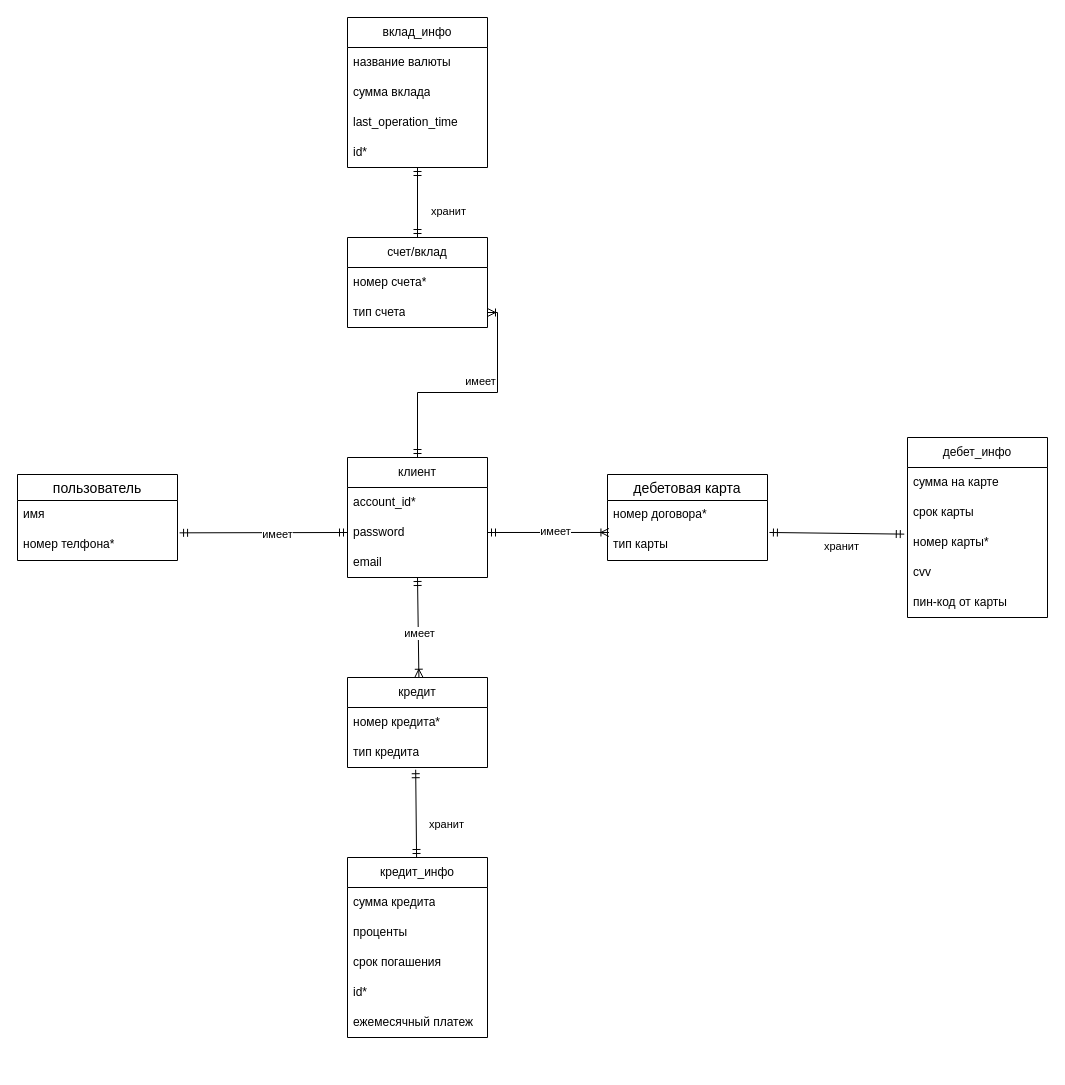
Before: Диаграмма без названия.drawio in heruv/differnt, a draw.io diagram. Source tidied: cells renumbered, new cells numbered last; positions are measured from the earlier drawing's top-left corner, leaving out a move shared by most shapes. Both pictures are drawn from the tidied source at 100%, with x=0, y=0 at pixel (17, 17).
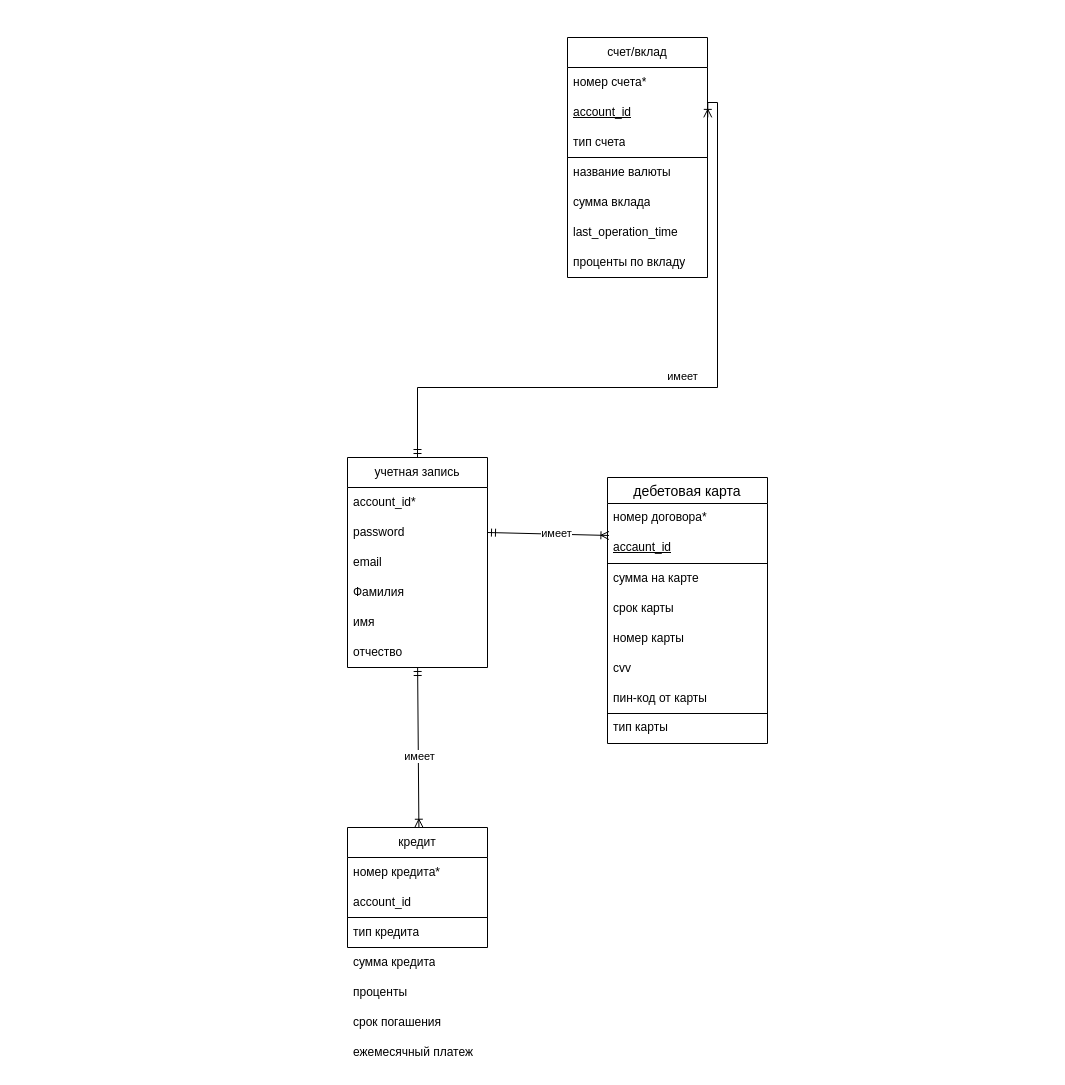
The same diagram, later.

Commit message:
fix: delited excess entities

Unchanged cells that the change refers to:
```xml
<mxCell id="4" value="password" style="text;strokeColor=none;fillColor=none;align=left;verticalAlign=middle;spacingLeft=4;spacingRight=4;overflow=hidden;points=[[0,0.5],[1,0.5]];portConstraint=eastwest;whiteSpace=wrap;html=1;" parent="2" vertex="1">
  <mxGeometry y="60" width="140" height="30" as="geometry" />
</mxCell>
<mxCell id="37" value="номер договора*" style="text;strokeColor=none;fillColor=none;spacingLeft=4;spacingRight=4;overflow=hidden;points=[[0,0.5],[1,0.5]];portConstraint=eastwest;fontSize=12;whiteSpace=wrap;html=1;" parent="36" vertex="1">
  <mxGeometry y="26" width="160" height="30" as="geometry" />
</mxCell>
```

What changed in the source:
```diff
@@
-    <mxCell id="2" value="клиент" style="swimlane;fontStyle=0;horizontal=1;startSize=30;whiteSpace=wrap;html=1;" parent="1" vertex="1">
-      <mxGeometry x="330" y="440" width="140" height="120" as="geometry" />
+    <mxCell id="2" value="учетная запись" style="swimlane;fontStyle=0;horizontal=1;startSize=30;whiteSpace=wrap;html=1;" parent="1" vertex="1">
+      <mxGeometry x="330" y="440" width="140" height="210" as="geometry" />
     </mxCell>
@@
+    <mxCell id="49" value="Фамилия" style="text;strokeColor=none;fillColor=none;align=left;verticalAlign=middle;spacingLeft=4;spacingRight=4;overflow=hidden;whiteSpace=wrap;html=1;" parent="2" vertex="1">
+      <mxGeometry y="120" width="140" height="30" as="geometry" />
+    </mxCell>
+    <mxCell id="17" value="имя" style="text;strokeColor=none;fillColor=none;align=left;verticalAlign=middle;spacingLeft=4;spacingRight=4;overflow=hidden;whiteSpace=wrap;html=1;" parent="2" vertex="1">
+      <mxGeometry y="150" width="140" height="30" as="geometry" />
+    </mxCell>
+    <mxCell id="50" value="отчество" style="text;strokeColor=none;fillColor=none;align=left;verticalAlign=middle;spacingLeft=4;spacingRight=4;overflow=hidden;points=[[0,0.5],[1,0.5]];portConstraint=eastwest;whiteSpace=wrap;html=1;" parent="2" vertex="1">
+      <mxGeometry y="180" width="140" height="30" as="geometry" />
+    </mxCell>
     <mxCell id="6" value="счет/вклад" style="swimlane;fontStyle=0;horizontal=1;startSize=30;whiteSpace=wrap;html=1;" parent="1" vertex="1">
-      <mxGeometry x="330" y="220" width="140" height="90" as="geometry" />
+      <mxGeometry x="550" y="20" width="140" height="120" as="geometry" />
     </mxCell>
@@
-    <mxCell id="8" value="тип счета" style="text;strokeColor=none;fillColor=none;align=left;verticalAlign=middle;spacingLeft=4;spacingRight=4;overflow=hidden;points=[[0,0.5],[1,0.5]];portConstraint=eastwest;whiteSpace=wrap;html=1;" parent="6" vertex="1">
+    <mxCell id="8" value="&lt;u&gt;account_id&lt;/u&gt;" style="text;strokeColor=none;fillColor=none;align=left;verticalAlign=middle;spacingLeft=4;spacingRight=4;overflow=hidden;points=[[0,0.5],[1,0.5]];portConstraint=eastwest;whiteSpace=wrap;html=1;" parent="6" vertex="1">
       <mxGeometry y="60" width="140" height="30" as="geometry" />
     </mxCell>
+    <mxCell id="51" value="тип счета" style="text;strokeColor=none;fillColor=none;align=left;verticalAlign=middle;spacingLeft=4;spacingRight=4;overflow=hidden;whiteSpace=wrap;html=1;" parent="6" vertex="1">
+      <mxGeometry y="90" width="140" height="30" as="geometry" />
+    </mxCell>
-    <mxCell id="9" style="edgeStyle=orthogonalEdgeStyle;fontSize=12;html=1;endArrow=ERoneToMany;startArrow=ERmandOne;rounded=0;exitX=0.5;exitY=0;exitDx=0;exitDy=0;entryX=1;entryY=0.5;entryDx=0;entryDy=0;" parent="1" edge="1" source="2" target="8">
-      <mxGeometry relative="1" as="geometry" />
+    <mxCell id="9" style="edgeStyle=orthogonalEdgeStyle;fontSize=12;html=1;endArrow=ERoneToMany;startArrow=ERmandOne;rounded=0;exitX=0.5;exitY=0;exitDx=0;exitDy=0;entryX=1.002;entryY=0.663;entryDx=0;entryDy=0;entryPerimeter=0;" parent="1" edge="1" source="2" target="8">
+      <mxGeometry relative="1" as="geometry">
+        <Array as="points">
+          <mxPoint x="400" y="370" />
+          <mxPoint x="700" y="370" />
+          <mxPoint x="700" y="85" />
+          <mxPoint x="690" y="85" />
+        </Array>
+      </mxGeometry>
     </mxCell>
@@
-    <mxCell id="11" value="вклад_инфо" style="swimlane;fontStyle=0;horizontal=1;startSize=30;whiteSpace=wrap;html=1;" parent="1" vertex="1">
-      <mxGeometry x="330" width="140" height="150" as="geometry" />
+    <mxCell id="11" style="swimlane;fontStyle=0;horizontal=1;startSize=0;whiteSpace=wrap;html=1;" parent="1" vertex="1">
+      <mxGeometry x="550" y="140" width="140" height="120" as="geometry" />
     </mxCell>
     <mxCell id="12" value="название валюты" style="text;strokeColor=none;fillColor=none;align=left;verticalAlign=middle;spacingLeft=4;spacingRight=4;overflow=hidden;whiteSpace=wrap;html=1;" parent="11" vertex="1">
-      <mxGeometry y="30" width="140" height="30" as="geometry" />
+      <mxGeometry width="140" height="30" as="geometry" />
     </mxCell>
     <mxCell id="13" value="сумма вклада" style="text;strokeColor=none;fillColor=none;align=left;verticalAlign=middle;spacingLeft=4;spacingRight=4;overflow=hidden;whiteSpace=wrap;html=1;" parent="11" vertex="1">
-      <mxGeometry y="60" width="140" height="30" as="geometry" />
+      <mxGeometry y="30" width="140" height="30" as="geometry" />
     </mxCell>
     <mxCell id="14" value="last_operation_time" style="text;strokeColor=none;fillColor=none;align=left;verticalAlign=middle;spacingLeft=4;spacingRight=4;overflow=hidden;whiteSpace=wrap;html=1;" parent="11" vertex="1">
-      <mxGeometry y="90" width="140" height="30" as="geometry" />
+      <mxGeometry y="60" width="140" height="30" as="geometry" />
     </mxCell>
-    <mxCell id="15" value="id*" style="text;strokeColor=none;fillColor=none;align=left;verticalAlign=middle;spacingLeft=4;spacingRight=4;overflow=hidden;whiteSpace=wrap;html=1;" parent="11" vertex="1">
-      <mxGeometry y="120" width="140" height="30" as="geometry" />
-    </mxCell>
-    <mxCell id="16" value="пользователь" style="swimlane;fontStyle=0;horizontal=1;startSize=26;align=center;fontSize=14;" parent="1" vertex="1">
-      <mxGeometry y="457" width="160" height="86" as="geometry" />
-    </mxCell>
-    <mxCell id="17" value="имя" style="text;strokeColor=none;fillColor=none;spacingLeft=4;spacingRight=4;overflow=hidden;fontSize=12;whiteSpace=wrap;html=1;" parent="16" vertex="1">
-      <mxGeometry y="26" width="160" height="30" as="geometry" />
-    </mxCell>
-    <mxCell id="18" value="номер телфона*" style="text;strokeColor=none;fillColor=none;spacingLeft=4;spacingRight=4;overflow=hidden;points=[[0,0.5],[1,0.5]];portConstraint=eastwest;fontSize=12;whiteSpace=wrap;html=1;" parent="16" vertex="1">
-      <mxGeometry y="56" width="160" height="30" as="geometry" />
-    </mxCell>
-    <mxCell id="19" style="fontSize=12;html=1;endArrow=ERmandOne;startArrow=ERmandOne;rounded=0;exitX=1.013;exitY=0.078;exitDx=0;exitDy=0;exitPerimeter=0;entryX=0;entryY=0.5;entryDx=0;entryDy=0;" parent="1" edge="1" source="18" target="4">
-      <mxGeometry relative="1" as="geometry" />
-    </mxCell>
-    <mxCell id="20" value="имеет" style="edgeLabel;html=1;align=center;verticalAlign=middle;" parent="19" vertex="1">
-      <mxGeometry x="0.16" y="-1" relative="1" as="geometry" />
-    </mxCell>
-    <mxCell id="21" style="fontSize=12;html=1;endArrow=ERmandOne;startArrow=ERmandOne;rounded=0;exitX=0.5;exitY=1;exitDx=0;exitDy=0;entryX=0.5;entryY=0;entryDx=0;entryDy=0;" parent="1" edge="1" source="11" target="6">
-      <mxGeometry relative="1" as="geometry" />
-    </mxCell>
-    <mxCell id="22" value="хранит" style="edgeLabel;html=1;align=center;verticalAlign=middle;" parent="21" vertex="1">
-      <mxGeometry x="0.24" y="1" relative="1" as="geometry">
-        <mxPoint x="29" as="offset" />
-      </mxGeometry>
-    </mxCell>
+    <mxCell id="52" value="проценты по вкладу" style="text;strokeColor=none;fillColor=none;align=left;verticalAlign=middle;spacingLeft=4;spacingRight=4;overflow=hidden;whiteSpace=wrap;html=1;" parent="11" vertex="1">
+      <mxGeometry y="90" width="140" height="30" as="geometry" />
+    </mxCell>
     <mxCell id="23" value="кредит" style="swimlane;fontStyle=0;horizontal=1;startSize=30;whiteSpace=wrap;html=1;" parent="1" vertex="1">
-      <mxGeometry x="330" y="660" width="140" height="90" as="geometry" />
+      <mxGeometry x="330" y="810" width="140" height="90" as="geometry" />
     </mxCell>
@@
-    <mxCell id="25" value="тип кредита" style="text;strokeColor=none;fillColor=none;align=left;verticalAlign=middle;spacingLeft=4;spacingRight=4;overflow=hidden;points=[[0,0.5],[1,0.5]];portConstraint=eastwest;whiteSpace=wrap;html=1;" parent="23" vertex="1">
+    <mxCell id="25" value="account_id" style="text;strokeColor=none;fillColor=none;align=left;verticalAlign=middle;spacingLeft=4;spacingRight=4;overflow=hidden;points=[[0,0.5],[1,0.5]];portConstraint=eastwest;whiteSpace=wrap;html=1;" parent="23" vertex="1">
       <mxGeometry y="60" width="140" height="30" as="geometry" />
     </mxCell>
-    <mxCell id="26" style="fontSize=12;html=1;endArrow=ERoneToMany;startArrow=ERmandOne;rounded=0;entryX=0.51;entryY=-0.003;entryDx=0;entryDy=0;entryPerimeter=0;" parent="1" edge="1" target="23">
-      <mxGeometry relative="1" as="geometry">
-        <mxPoint x="400" y="560" as="sourcePoint" />
-      </mxGeometry>
+    <mxCell id="26" style="fontSize=12;html=1;endArrow=ERoneToMany;startArrow=ERmandOne;rounded=0;entryX=0.51;entryY=-0.003;entryDx=0;entryDy=0;entryPerimeter=0;" parent="1" edge="1" source="50" target="23">
+      <mxGeometry relative="1" as="geometry" />
     </mxCell>
@@
-    <mxCell id="28" value="кредит_инфо" style="swimlane;fontStyle=0;horizontal=1;startSize=30;whiteSpace=wrap;html=1;" parent="1" vertex="1">
-      <mxGeometry x="330" y="840" width="140" height="180" as="geometry" />
+    <mxCell id="28" style="swimlane;fontStyle=0;horizontal=1;startSize=0;whiteSpace=wrap;html=1;" parent="1" vertex="1">
+      <mxGeometry x="330" y="900" width="140" height="30" as="geometry" />
     </mxCell>
-    <mxCell id="29" value="сумма кредита" style="text;strokeColor=none;fillColor=none;align=left;verticalAlign=middle;spacingLeft=4;spacingRight=4;overflow=hidden;whiteSpace=wrap;html=1;" parent="28" vertex="1">
-      <mxGeometry y="30" width="140" height="30" as="geometry" />
-    </mxCell>
-    <mxCell id="30" value="проценты" style="text;strokeColor=none;fillColor=none;align=left;verticalAlign=middle;spacingLeft=4;spacingRight=4;overflow=hidden;whiteSpace=wrap;html=1;" parent="28" vertex="1">
-      <mxGeometry y="60" width="140" height="30" as="geometry" />
-    </mxCell>
-    <mxCell id="31" value="срок погашения" style="text;strokeColor=none;fillColor=none;align=left;verticalAlign=middle;spacingLeft=4;spacingRight=4;overflow=hidden;whiteSpace=wrap;html=1;" parent="28" vertex="1">
-      <mxGeometry y="90" width="140" height="30" as="geometry" />
-    </mxCell>
-    <mxCell id="32" value="id*" style="text;strokeColor=none;fillColor=none;align=left;verticalAlign=middle;spacingLeft=4;spacingRight=4;overflow=hidden;whiteSpace=wrap;html=1;" parent="28" vertex="1">
-      <mxGeometry y="120" width="140" height="30" as="geometry" />
-    </mxCell>
-    <mxCell id="33" value="ежемесячный платеж" style="text;strokeColor=none;fillColor=none;align=left;verticalAlign=middle;spacingLeft=4;spacingRight=4;overflow=hidden;whiteSpace=wrap;html=1;" parent="28" vertex="1">
-      <mxGeometry y="150" width="140" height="30" as="geometry" />
-    </mxCell>
-    <mxCell id="34" style="fontSize=12;html=1;endArrow=ERmandOne;startArrow=ERmandOne;rounded=0;exitX=0.487;exitY=1.074;exitDx=0;exitDy=0;exitPerimeter=0;" parent="1" edge="1" source="25" target="28">
-      <mxGeometry relative="1" as="geometry" />
-    </mxCell>
-    <mxCell id="35" value="хранит" style="edgeLabel;html=1;align=center;verticalAlign=middle;" parent="34" vertex="1">
-      <mxGeometry x="0.24" y="1" relative="1" as="geometry">
-        <mxPoint x="29" as="offset" />
-      </mxGeometry>
-    </mxCell>
+    <mxCell id="53" value="тип кредита" style="text;strokeColor=none;fillColor=none;align=left;verticalAlign=middle;spacingLeft=4;spacingRight=4;overflow=hidden;whiteSpace=wrap;html=1;" parent="28" vertex="1">
+      <mxGeometry width="140" height="30" as="geometry" />
+    </mxCell>
     <mxCell id="36" value="дебетовая карта" style="swimlane;fontStyle=0;horizontal=1;startSize=26;align=center;fontSize=14;" parent="1" vertex="1">
-      <mxGeometry x="590" y="457" width="160" height="86" as="geometry" />
+      <mxGeometry x="590" y="460" width="160" height="266" as="geometry" />
     </mxCell>
@@
-    <mxCell id="38" value="тип карты" style="text;strokeColor=none;fillColor=none;spacingLeft=4;spacingRight=4;overflow=hidden;fontSize=12;whiteSpace=wrap;html=1;" parent="36" vertex="1">
+    <mxCell id="38" value="&lt;u&gt;accaunt_id&lt;/u&gt;" style="text;strokeColor=none;fillColor=none;spacingLeft=4;spacingRight=4;overflow=hidden;fontSize=12;whiteSpace=wrap;html=1;" parent="36" vertex="1">
       <mxGeometry y="56" width="160" height="30" as="geometry" />
     </mxCell>
-    <mxCell id="39" style="fontSize=12;html=1;endArrow=ERoneToMany;startArrow=ERmandOne;rounded=0;entryX=0.009;entryY=1.066;entryDx=0;entryDy=0;entryPerimeter=0;exitX=1;exitY=0.5;exitDx=0;exitDy=0;" parent="1" edge="1" source="4" target="37">
-      <mxGeometry relative="1" as="geometry" />
-    </mxCell>
-    <mxCell id="40" value="имеет" style="edgeLabel;html=1;align=center;verticalAlign=middle;" parent="39" vertex="1">
-      <mxGeometry x="0.12" y="1" relative="1" as="geometry" />
-    </mxCell>
-    <mxCell id="41" value="дебет_инфо" style="swimlane;fontStyle=0;horizontal=1;startSize=30;whiteSpace=wrap;html=1;" parent="1" vertex="1">
-      <mxGeometry x="890" y="420" width="140" height="180" as="geometry" />
+    <mxCell id="41" style="swimlane;fontStyle=0;horizontal=1;startSize=0;whiteSpace=wrap;html=1;" parent="36" vertex="1">
+      <mxGeometry y="86" width="160" height="150" as="geometry" />
     </mxCell>
     <mxCell id="42" value="сумма на карте" style="text;strokeColor=none;fillColor=none;align=left;verticalAlign=middle;spacingLeft=4;spacingRight=4;overflow=hidden;whiteSpace=wrap;html=1;" parent="41" vertex="1">
-      <mxGeometry y="30" width="140" height="30" as="geometry" />
+      <mxGeometry width="160" height="30" as="geometry" />
     </mxCell>
     <mxCell id="43" value="срок карты" style="text;strokeColor=none;fillColor=none;align=left;verticalAlign=middle;spacingLeft=4;spacingRight=4;overflow=hidden;whiteSpace=wrap;html=1;" parent="41" vertex="1">
-      <mxGeometry y="60" width="140" height="30" as="geometry" />
+      <mxGeometry y="30" width="160" height="30" as="geometry" />
     </mxCell>
-    <mxCell id="44" value="номер карты*" style="text;strokeColor=none;fillColor=none;align=left;verticalAlign=middle;spacingLeft=4;spacingRight=4;overflow=hidden;points=[[0,0.5],[1,0.5]];portConstraint=eastwest;whiteSpace=wrap;html=1;" parent="41" vertex="1">
-      <mxGeometry y="90" width="140" height="30" as="geometry" />
+    <mxCell id="44" value="номер карты" style="text;strokeColor=none;fillColor=none;align=left;verticalAlign=middle;spacingLeft=4;spacingRight=4;overflow=hidden;points=[[0,0.5],[1,0.5]];portConstraint=eastwest;whiteSpace=wrap;html=1;" parent="41" vertex="1">
+      <mxGeometry y="60" width="160" height="30" as="geometry" />
     </mxCell>
     <mxCell id="45" value="cvv" style="text;strokeColor=none;fillColor=none;align=left;verticalAlign=middle;spacingLeft=4;spacingRight=4;overflow=hidden;whiteSpace=wrap;html=1;" parent="41" vertex="1">
-      <mxGeometry y="120" width="140" height="30" as="geometry" />
+      <mxGeometry y="90" width="160" height="30" as="geometry" />
     </mxCell>
     <mxCell id="46" value="пин-код от карты" style="text;strokeColor=none;fillColor=none;align=left;verticalAlign=middle;spacingLeft=4;spacingRight=4;overflow=hidden;whiteSpace=wrap;html=1;" parent="41" vertex="1">
-      <mxGeometry y="150" width="140" height="30" as="geometry" />
+      <mxGeometry y="120" width="160" height="30" as="geometry" />
     </mxCell>
-    <mxCell id="47" style="fontSize=12;html=1;endArrow=ERmandOne;startArrow=ERmandOne;rounded=0;exitX=1.012;exitY=1.066;exitDx=0;exitDy=0;exitPerimeter=0;entryX=-0.023;entryY=0.221;entryDx=0;entryDy=0;entryPerimeter=0;" parent="1" edge="1" source="37" target="44">
-      <mxGeometry relative="1" as="geometry" />
-    </mxCell>
-    <mxCell id="48" value="хранит" style="edgeLabel;html=1;align=center;verticalAlign=middle;" parent="47" vertex="1">
-      <mxGeometry x="0.24" y="1" relative="1" as="geometry">
-        <mxPoint x="-12" y="13" as="offset" />
-      </mxGeometry>
-    </mxCell>
+    <mxCell id="54" value="тип карты" style="text;strokeColor=none;fillColor=none;spacingLeft=4;spacingRight=4;overflow=hidden;fontSize=12;whiteSpace=wrap;html=1;" parent="36" vertex="1">
+      <mxGeometry y="236" width="160" height="30" as="geometry" />
+    </mxCell>
+    <mxCell id="39" style="fontSize=12;html=1;endArrow=ERoneToMany;startArrow=ERmandOne;rounded=0;entryX=0.009;entryY=1.066;entryDx=0;entryDy=0;entryPerimeter=0;exitX=1;exitY=0.5;exitDx=0;exitDy=0;" parent="1" edge="1" source="4" target="37">
+      <mxGeometry relative="1" as="geometry" />
+    </mxCell>
+    <mxCell id="40" value="имеет" style="edgeLabel;html=1;align=center;verticalAlign=middle;" parent="39" vertex="1">
+      <mxGeometry x="0.12" y="1" relative="1" as="geometry" />
+    </mxCell>
+    <mxCell id="33" value="ежемесячный платеж" style="text;strokeColor=none;fillColor=none;align=left;verticalAlign=middle;spacingLeft=4;spacingRight=4;overflow=hidden;whiteSpace=wrap;html=1;" parent="1" vertex="1">
+      <mxGeometry x="330" y="1020" width="140" height="30" as="geometry" />
+    </mxCell>
+    <mxCell id="31" value="срок погашения" style="text;strokeColor=none;fillColor=none;align=left;verticalAlign=middle;spacingLeft=4;spacingRight=4;overflow=hidden;whiteSpace=wrap;html=1;" parent="1" vertex="1">
+      <mxGeometry x="330" y="990" width="140" height="30" as="geometry" />
+    </mxCell>
+    <mxCell id="30" value="проценты" style="text;strokeColor=none;fillColor=none;align=left;verticalAlign=middle;spacingLeft=4;spacingRight=4;overflow=hidden;whiteSpace=wrap;html=1;" parent="1" vertex="1">
+      <mxGeometry x="330" y="960" width="140" height="30" as="geometry" />
+    </mxCell>
+    <mxCell id="29" value="сумма кредита" style="text;strokeColor=none;fillColor=none;align=left;verticalAlign=middle;spacingLeft=4;spacingRight=4;overflow=hidden;whiteSpace=wrap;html=1;" parent="1" vertex="1">
+      <mxGeometry x="330" y="930" width="140" height="30" as="geometry" />
+    </mxCell>
```
